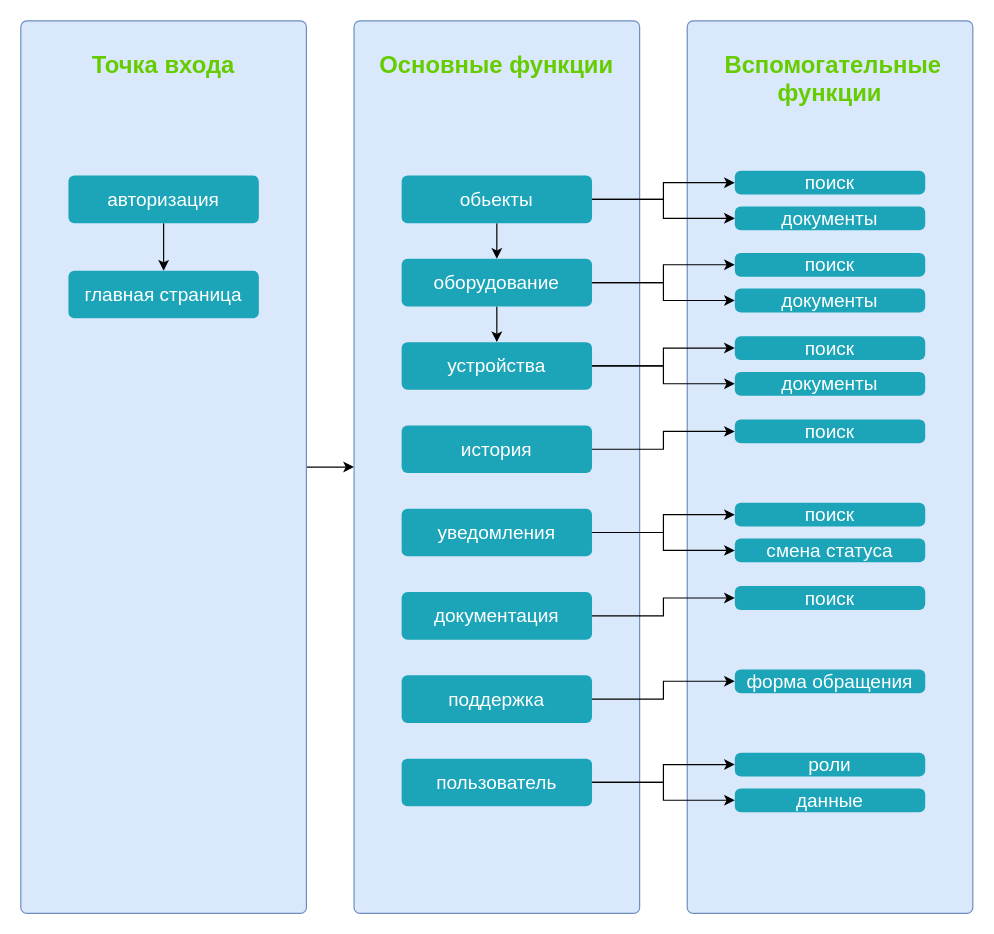
Before: page "структура" (1 of 5) of schemes/Структура приложения.drawio in HV220/app_sibur, a draw.io diagram. Source tidied: cells renumbered, new cells numbered last; positions are measured from the earlier drawing's top-left corner, leaving out a move shared by most shapes. Both pictures are drawn from the tidied source at 119%, with x=0, y=0 at pixel (20, 20).
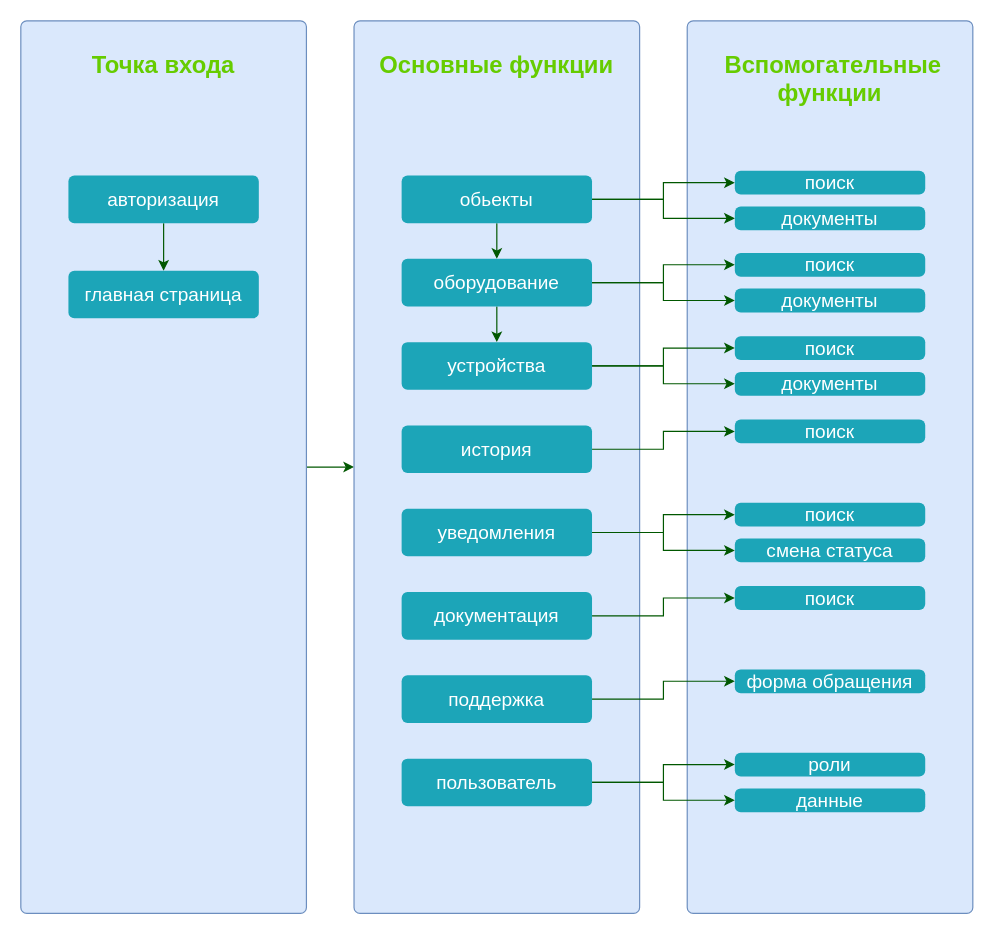
The same diagram, later.

The change refers to these unchanged cells:
```xml
<mxCell id="4" value="&lt;span&gt;&lt;font style=&quot;font-size: 20px&quot;&gt;Точка входа&lt;/font&gt;&lt;/span&gt;&lt;font&gt;&lt;span&gt;&lt;font style=&quot;font-size: 14px&quot;&gt;&lt;br style=&quot;font-size: 10px&quot;&gt;&lt;br&gt;&lt;/font&gt;&lt;/span&gt;&lt;/font&gt;" style="html=1;shadow=0;dashed=0;shape=mxgraph.bootstrap.rrect;rSize=5;strokeColor=#6c8ebf;html=1;whiteSpace=wrap;fillColor=#dae8fc;verticalAlign=top;align=center;spacing=20;fontSize=14;fontColor=#66CC00;fontStyle=1;" parent="2" vertex="1">
  <mxGeometry width="240" height="750" as="geometry" />
</mxCell>
<mxCell id="5" value="&lt;font&gt;&lt;span&gt;&lt;font style=&quot;&quot;&gt;&lt;span style=&quot;font-size: 20px;&quot;&gt;Основные функции&lt;/span&gt;&lt;br&gt;&lt;/font&gt;&lt;/span&gt;&lt;/font&gt;" style="html=1;shadow=0;dashed=0;shape=mxgraph.bootstrap.rrect;rSize=5;strokeColor=#6c8ebf;html=1;whiteSpace=wrap;fillColor=#dae8fc;verticalAlign=top;align=center;spacing=20;fontSize=14;fontColor=#66CC00;fontStyle=1;" parent="2" vertex="1">
  <mxGeometry x="280" width="240" height="750" as="geometry" />
</mxCell>
<mxCell id="11" value="обьекты" style="html=1;shadow=0;dashed=0;shape=mxgraph.bootstrap.rrect;rSize=5;strokeColor=none;strokeWidth=1;fillColor=#1CA5B8;fontColor=#FFFFFF;whiteSpace=wrap;align=center;verticalAlign=middle;spacingLeft=0;fontStyle=0;fontSize=16;spacing=5;" parent="7" vertex="1">
  <mxGeometry x="320" y="130" width="160" height="40" as="geometry" />
</mxCell>
<mxCell id="13" value="авторизация" style="html=1;shadow=0;dashed=0;shape=mxgraph.bootstrap.rrect;rSize=5;strokeColor=none;strokeWidth=1;fillColor=#1CA5B8;fontColor=#FFFFFF;whiteSpace=wrap;align=center;verticalAlign=middle;spacingLeft=0;fontStyle=0;fontSize=16;spacing=5;" parent="7" vertex="1">
  <mxGeometry x="40" y="130" width="160" height="40" as="geometry" />
</mxCell>
<mxCell id="14" value="главная страница" style="html=1;shadow=0;dashed=0;shape=mxgraph.bootstrap.rrect;rSize=5;strokeColor=none;strokeWidth=1;fillColor=#1CA5B8;fontColor=#FFFFFF;whiteSpace=wrap;align=center;verticalAlign=middle;spacingLeft=0;fontStyle=0;fontSize=16;spacing=5;" parent="7" vertex="1">
  <mxGeometry x="40" y="210" width="160" height="40" as="geometry" />
</mxCell>
<mxCell id="16" value="история" style="html=1;shadow=0;dashed=0;shape=mxgraph.bootstrap.rrect;rSize=5;strokeColor=none;strokeWidth=1;fillColor=#1CA5B8;fontColor=#FFFFFF;whiteSpace=wrap;align=center;verticalAlign=middle;spacingLeft=0;fontStyle=0;fontSize=16;spacing=5;" parent="7" vertex="1">
  <mxGeometry x="320" y="340" width="160" height="40" as="geometry" />
</mxCell>
<mxCell id="19" value="уведомления" style="html=1;shadow=0;dashed=0;shape=mxgraph.bootstrap.rrect;rSize=5;strokeColor=none;strokeWidth=1;fillColor=#1CA5B8;fontColor=#FFFFFF;whiteSpace=wrap;align=center;verticalAlign=middle;spacingLeft=0;fontStyle=0;fontSize=16;spacing=5;" parent="7" vertex="1">
  <mxGeometry x="320" y="410" width="160" height="40" as="geometry" />
</mxCell>
<mxCell id="21" value="документация" style="html=1;shadow=0;dashed=0;shape=mxgraph.bootstrap.rrect;rSize=5;strokeColor=none;strokeWidth=1;fillColor=#1CA5B8;fontColor=#FFFFFF;whiteSpace=wrap;align=center;verticalAlign=middle;spacingLeft=0;fontStyle=0;fontSize=16;spacing=5;" parent="7" vertex="1">
  <mxGeometry x="320" y="480" width="160" height="40" as="geometry" />
</mxCell>
<mxCell id="23" value="поддержка" style="html=1;shadow=0;dashed=0;shape=mxgraph.bootstrap.rrect;rSize=5;strokeColor=none;strokeWidth=1;fillColor=#1CA5B8;fontColor=#FFFFFF;whiteSpace=wrap;align=center;verticalAlign=middle;spacingLeft=0;fontStyle=0;fontSize=16;spacing=5;" parent="7" vertex="1">
  <mxGeometry x="320" y="550" width="160" height="40" as="geometry" />
</mxCell>
<mxCell id="27" value="оборудование" style="html=1;shadow=0;dashed=0;shape=mxgraph.bootstrap.rrect;rSize=5;strokeColor=none;strokeWidth=1;fillColor=#1CA5B8;fontColor=#FFFFFF;whiteSpace=wrap;align=center;verticalAlign=middle;spacingLeft=0;fontStyle=0;fontSize=16;spacing=5;" parent="7" vertex="1">
  <mxGeometry x="320" y="200" width="160" height="40" as="geometry" />
</mxCell>
<mxCell id="30" value="устройства" style="html=1;shadow=0;dashed=0;shape=mxgraph.bootstrap.rrect;rSize=5;strokeColor=none;strokeWidth=1;fillColor=#1CA5B8;fontColor=#FFFFFF;whiteSpace=wrap;align=center;verticalAlign=middle;spacingLeft=0;fontStyle=0;fontSize=16;spacing=5;" parent="7" vertex="1">
  <mxGeometry x="320" y="270" width="160" height="40" as="geometry" />
</mxCell>
<mxCell id="31" value="поиск" style="html=1;shadow=0;dashed=0;shape=mxgraph.bootstrap.rrect;rSize=5;strokeColor=none;strokeWidth=1;fillColor=#1CA5B8;fontColor=#FFFFFF;whiteSpace=wrap;align=center;verticalAlign=middle;spacingLeft=0;fontStyle=0;fontSize=16;spacing=5;" parent="7" vertex="1">
  <mxGeometry x="600" y="126" width="160" height="20" as="geometry" />
</mxCell>
<mxCell id="32" value="документы" style="html=1;shadow=0;dashed=0;shape=mxgraph.bootstrap.rrect;rSize=5;strokeColor=none;strokeWidth=1;fillColor=#1CA5B8;fontColor=#FFFFFF;whiteSpace=wrap;align=center;verticalAlign=middle;spacingLeft=0;fontStyle=0;fontSize=16;spacing=5;" parent="7" vertex="1">
  <mxGeometry x="600" y="156" width="160" height="20" as="geometry" />
</mxCell>
<mxCell id="33" value="поиск" style="html=1;shadow=0;dashed=0;shape=mxgraph.bootstrap.rrect;rSize=5;strokeColor=none;strokeWidth=1;fillColor=#1CA5B8;fontColor=#FFFFFF;whiteSpace=wrap;align=center;verticalAlign=middle;spacingLeft=0;fontStyle=0;fontSize=16;spacing=5;" parent="7" vertex="1">
  <mxGeometry x="600" y="195" width="160" height="20" as="geometry" />
</mxCell>
<mxCell id="34" value="документы" style="html=1;shadow=0;dashed=0;shape=mxgraph.bootstrap.rrect;rSize=5;strokeColor=none;strokeWidth=1;fillColor=#1CA5B8;fontColor=#FFFFFF;whiteSpace=wrap;align=center;verticalAlign=middle;spacingLeft=0;fontStyle=0;fontSize=16;spacing=5;" parent="7" vertex="1">
  <mxGeometry x="600" y="225" width="160" height="20" as="geometry" />
</mxCell>
<mxCell id="35" value="поиск" style="html=1;shadow=0;dashed=0;shape=mxgraph.bootstrap.rrect;rSize=5;strokeColor=none;strokeWidth=1;fillColor=#1CA5B8;fontColor=#FFFFFF;whiteSpace=wrap;align=center;verticalAlign=middle;spacingLeft=0;fontStyle=0;fontSize=16;spacing=5;" parent="7" vertex="1">
  <mxGeometry x="600" y="265" width="160" height="20" as="geometry" />
</mxCell>
<mxCell id="36" value="документы" style="html=1;shadow=0;dashed=0;shape=mxgraph.bootstrap.rrect;rSize=5;strokeColor=none;strokeWidth=1;fillColor=#1CA5B8;fontColor=#FFFFFF;whiteSpace=wrap;align=center;verticalAlign=middle;spacingLeft=0;fontStyle=0;fontSize=16;spacing=5;" parent="7" vertex="1">
  <mxGeometry x="600" y="295" width="160" height="20" as="geometry" />
</mxCell>
<mxCell id="37" value="поиск" style="html=1;shadow=0;dashed=0;shape=mxgraph.bootstrap.rrect;rSize=5;strokeColor=none;strokeWidth=1;fillColor=#1CA5B8;fontColor=#FFFFFF;whiteSpace=wrap;align=center;verticalAlign=middle;spacingLeft=0;fontStyle=0;fontSize=16;spacing=5;" parent="7" vertex="1">
  <mxGeometry x="600" y="335" width="160" height="20" as="geometry" />
</mxCell>
<mxCell id="38" value="поиск" style="html=1;shadow=0;dashed=0;shape=mxgraph.bootstrap.rrect;rSize=5;strokeColor=none;strokeWidth=1;fillColor=#1CA5B8;fontColor=#FFFFFF;whiteSpace=wrap;align=center;verticalAlign=middle;spacingLeft=0;fontStyle=0;fontSize=16;spacing=5;" parent="7" vertex="1">
  <mxGeometry x="600" y="405" width="160" height="20" as="geometry" />
</mxCell>
<mxCell id="39" value="смена статуса" style="html=1;shadow=0;dashed=0;shape=mxgraph.bootstrap.rrect;rSize=5;strokeColor=none;strokeWidth=1;fillColor=#1CA5B8;fontColor=#FFFFFF;whiteSpace=wrap;align=center;verticalAlign=middle;spacingLeft=0;fontStyle=0;fontSize=16;spacing=5;" parent="7" vertex="1">
  <mxGeometry x="600" y="435" width="160" height="20" as="geometry" />
</mxCell>
<mxCell id="40" value="поиск" style="html=1;shadow=0;dashed=0;shape=mxgraph.bootstrap.rrect;rSize=5;strokeColor=none;strokeWidth=1;fillColor=#1CA5B8;fontColor=#FFFFFF;whiteSpace=wrap;align=center;verticalAlign=middle;spacingLeft=0;fontStyle=0;fontSize=16;spacing=5;" parent="7" vertex="1">
  <mxGeometry x="600" y="475" width="160" height="20" as="geometry" />
</mxCell>
<mxCell id="41" value="форма обращения" style="html=1;shadow=0;dashed=0;shape=mxgraph.bootstrap.rrect;rSize=5;strokeColor=none;strokeWidth=1;fillColor=#1CA5B8;fontColor=#FFFFFF;whiteSpace=wrap;align=center;verticalAlign=middle;spacingLeft=0;fontStyle=0;fontSize=16;spacing=5;" parent="7" vertex="1">
  <mxGeometry x="600" y="545" width="160" height="20" as="geometry" />
</mxCell>
<mxCell id="44" value="пользователь" style="html=1;shadow=0;dashed=0;shape=mxgraph.bootstrap.rrect;rSize=5;strokeColor=none;strokeWidth=1;fillColor=#1CA5B8;fontColor=#FFFFFF;whiteSpace=wrap;align=center;verticalAlign=middle;spacingLeft=0;fontStyle=0;fontSize=16;spacing=5;" parent="7" vertex="1">
  <mxGeometry x="320" y="620" width="160" height="40" as="geometry" />
</mxCell>
<mxCell id="45" value="роли" style="html=1;shadow=0;dashed=0;shape=mxgraph.bootstrap.rrect;rSize=5;strokeColor=none;strokeWidth=1;fillColor=#1CA5B8;fontColor=#FFFFFF;whiteSpace=wrap;align=center;verticalAlign=middle;spacingLeft=0;fontStyle=0;fontSize=16;spacing=5;" parent="7" vertex="1">
  <mxGeometry x="600" y="615" width="160" height="20" as="geometry" />
</mxCell>
<mxCell id="46" value="данные" style="html=1;shadow=0;dashed=0;shape=mxgraph.bootstrap.rrect;rSize=5;strokeColor=none;strokeWidth=1;fillColor=#1CA5B8;fontColor=#FFFFFF;whiteSpace=wrap;align=center;verticalAlign=middle;spacingLeft=0;fontStyle=0;fontSize=16;spacing=5;" parent="7" vertex="1">
  <mxGeometry x="600" y="645" width="160" height="20" as="geometry" />
</mxCell>
```

What changed in the source:
```diff
@@
-    <mxCell id="3" style="edgeStyle=orthogonalEdgeStyle;rounded=0;jettySize=auto;html=1;fontColor=#66CC00;" parent="2" edge="1" source="4" target="5">
+    <mxCell id="3" style="edgeStyle=orthogonalEdgeStyle;rounded=0;jettySize=auto;html=1;fontColor=#66CC00;fillColor=#008a00;strokeColor=#005700;" parent="2" edge="1" source="4" target="5">
       <mxGeometry relative="1" as="geometry" />
     </mxCell>
@@
-    <mxCell id="8" style="edgeStyle=orthogonalEdgeStyle;rounded=0;jettySize=auto;html=1;" parent="7" edge="1" source="11" target="31">
+    <mxCell id="8" style="edgeStyle=orthogonalEdgeStyle;rounded=0;jettySize=auto;html=1;fillColor=#008a00;strokeColor=#005700;" parent="7" edge="1" source="11" target="31">
       <mxGeometry relative="1" as="geometry" />
     </mxCell>
-    <mxCell id="9" style="edgeStyle=orthogonalEdgeStyle;rounded=0;jettySize=auto;html=1;" parent="7" edge="1" source="11" target="32">
+    <mxCell id="9" style="edgeStyle=orthogonalEdgeStyle;rounded=0;jettySize=auto;html=1;fillColor=#008a00;strokeColor=#005700;" parent="7" edge="1" source="11" target="32">
       <mxGeometry relative="1" as="geometry" />
     </mxCell>
-    <mxCell id="10" style="edgeStyle=orthogonalEdgeStyle;rounded=0;jettySize=auto;html=1;" parent="7" edge="1" source="11" target="27">
+    <mxCell id="10" style="edgeStyle=orthogonalEdgeStyle;rounded=0;jettySize=auto;html=1;fillColor=#008a00;strokeColor=#005700;" parent="7" edge="1" source="11" target="27">
       <mxGeometry relative="1" as="geometry" />
     </mxCell>
@@
-    <mxCell id="12" style="edgeStyle=orthogonalEdgeStyle;rounded=0;jettySize=auto;html=1;" parent="7" edge="1" source="13" target="14">
+    <mxCell id="12" style="edgeStyle=orthogonalEdgeStyle;rounded=0;jettySize=auto;html=1;fillColor=#008a00;strokeColor=#005700;" parent="7" edge="1" source="13" target="14">
       <mxGeometry relative="1" as="geometry" />
     </mxCell>
@@
-    <mxCell id="15" style="edgeStyle=orthogonalEdgeStyle;rounded=0;jettySize=auto;html=1;" parent="7" edge="1" source="16" target="37">
+    <mxCell id="15" style="edgeStyle=orthogonalEdgeStyle;rounded=0;jettySize=auto;html=1;fillColor=#008a00;strokeColor=#005700;" parent="7" edge="1" source="16" target="37">
       <mxGeometry relative="1" as="geometry" />
     </mxCell>
@@
-    <mxCell id="17" style="edgeStyle=orthogonalEdgeStyle;rounded=0;jettySize=auto;html=1;" parent="7" edge="1" source="19" target="38">
+    <mxCell id="17" style="edgeStyle=orthogonalEdgeStyle;rounded=0;jettySize=auto;html=1;fillColor=#008a00;strokeColor=#005700;" parent="7" edge="1" source="19" target="38">
       <mxGeometry relative="1" as="geometry" />
     </mxCell>
-    <mxCell id="18" style="edgeStyle=orthogonalEdgeStyle;rounded=0;jettySize=auto;html=1;" parent="7" edge="1" source="19" target="39">
+    <mxCell id="18" style="edgeStyle=orthogonalEdgeStyle;rounded=0;jettySize=auto;html=1;fillColor=#008a00;strokeColor=#005700;" parent="7" edge="1" source="19" target="39">
       <mxGeometry relative="1" as="geometry" />
     </mxCell>
@@
-    <mxCell id="20" style="edgeStyle=orthogonalEdgeStyle;rounded=0;jettySize=auto;html=1;" parent="7" edge="1" source="21" target="40">
+    <mxCell id="20" style="edgeStyle=orthogonalEdgeStyle;rounded=0;jettySize=auto;html=1;fillColor=#008a00;strokeColor=#005700;" parent="7" edge="1" source="21" target="40">
       <mxGeometry relative="1" as="geometry" />
     </mxCell>
@@
-    <mxCell id="22" style="edgeStyle=orthogonalEdgeStyle;rounded=0;jettySize=auto;html=1;" parent="7" edge="1" source="23" target="41">
+    <mxCell id="22" style="edgeStyle=orthogonalEdgeStyle;rounded=0;jettySize=auto;html=1;fillColor=#008a00;strokeColor=#005700;" parent="7" edge="1" source="23" target="41">
       <mxGeometry relative="1" as="geometry" />
     </mxCell>
@@
-    <mxCell id="24" style="edgeStyle=orthogonalEdgeStyle;rounded=0;jettySize=auto;html=1;" parent="7" edge="1" source="27" target="33">
+    <mxCell id="24" style="edgeStyle=orthogonalEdgeStyle;rounded=0;jettySize=auto;html=1;fillColor=#008a00;strokeColor=#005700;" parent="7" edge="1" source="27" target="33">
       <mxGeometry relative="1" as="geometry" />
     </mxCell>
-    <mxCell id="25" style="edgeStyle=orthogonalEdgeStyle;rounded=0;jettySize=auto;html=1;" parent="7" edge="1" source="27" target="34">
+    <mxCell id="25" style="edgeStyle=orthogonalEdgeStyle;rounded=0;jettySize=auto;html=1;fillColor=#008a00;strokeColor=#005700;" parent="7" edge="1" source="27" target="34">
       <mxGeometry relative="1" as="geometry" />
     </mxCell>
-    <mxCell id="26" style="edgeStyle=orthogonalEdgeStyle;rounded=0;jettySize=auto;html=1;" parent="7" edge="1" source="27" target="30">
+    <mxCell id="26" style="edgeStyle=orthogonalEdgeStyle;rounded=0;jettySize=auto;html=1;fillColor=#008a00;strokeColor=#005700;" parent="7" edge="1" source="27" target="30">
       <mxGeometry relative="1" as="geometry" />
     </mxCell>
@@
-    <mxCell id="28" style="edgeStyle=orthogonalEdgeStyle;rounded=0;jettySize=auto;html=1;" parent="7" edge="1" source="30" target="35">
+    <mxCell id="28" style="edgeStyle=orthogonalEdgeStyle;rounded=0;jettySize=auto;html=1;fillColor=#008a00;strokeColor=#005700;" parent="7" edge="1" source="30" target="35">
       <mxGeometry relative="1" as="geometry" />
     </mxCell>
-    <mxCell id="29" style="edgeStyle=orthogonalEdgeStyle;rounded=0;jettySize=auto;html=1;" parent="7" edge="1" source="30" target="36">
+    <mxCell id="29" style="edgeStyle=orthogonalEdgeStyle;rounded=0;jettySize=auto;html=1;fillColor=#008a00;strokeColor=#005700;" parent="7" edge="1" source="30" target="36">
       <mxGeometry relative="1" as="geometry" />
     </mxCell>
@@
-    <mxCell id="42" style="edgeStyle=orthogonalEdgeStyle;rounded=0;jettySize=auto;html=1;" parent="7" edge="1" source="44" target="45">
+    <mxCell id="42" style="edgeStyle=orthogonalEdgeStyle;rounded=0;jettySize=auto;html=1;fillColor=#008a00;strokeColor=#005700;" parent="7" edge="1" source="44" target="45">
       <mxGeometry relative="1" as="geometry" />
     </mxCell>
-    <mxCell id="43" style="edgeStyle=orthogonalEdgeStyle;rounded=0;jettySize=auto;html=1;" parent="7" edge="1" source="44" target="46">
+    <mxCell id="43" style="edgeStyle=orthogonalEdgeStyle;rounded=0;jettySize=auto;html=1;fillColor=#008a00;strokeColor=#005700;" parent="7" edge="1" source="44" target="46">
       <mxGeometry relative="1" as="geometry" />
     </mxCell>
```
